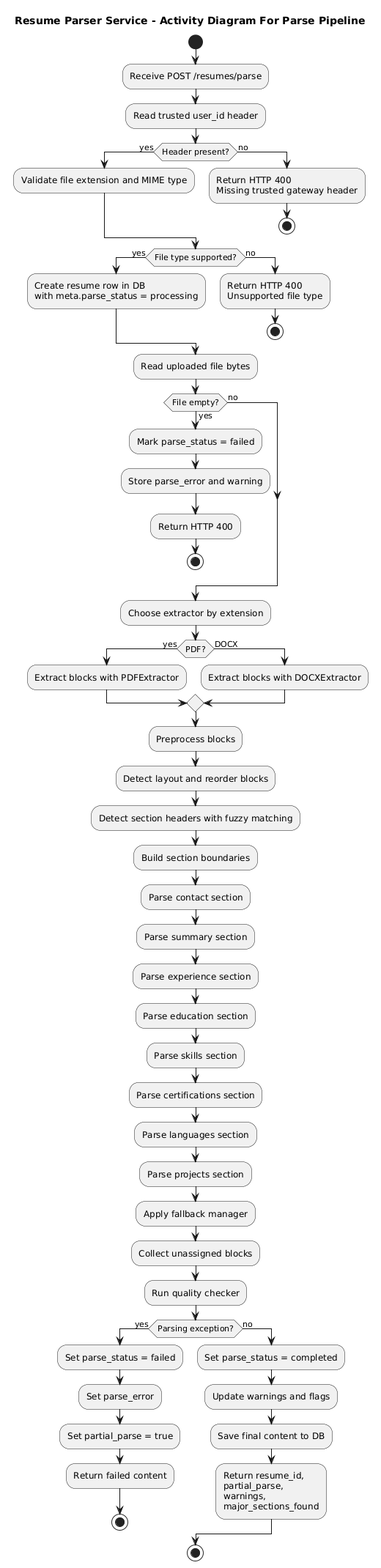
Before: docs/png/activity_parse_pipeline.png, a diagram exported from PlantUML (GetJobAI/parser). Its diagram source:
```plantuml
@startuml
title Resume Parser Service - Activity Diagram For Parse Pipeline

start

:Receive POST /resumes/parse;
:Read trusted user_id header;

if (Header present?) then (yes)
  :Validate file extension and MIME type;
else (no)
  :Return HTTP 400\nMissing trusted gateway header;
  stop
endif

if (File type supported?) then (yes)
  :Create resume row in DB\nwith meta.parse_status = processing;
else (no)
  :Return HTTP 400\nUnsupported file type;
  stop
endif

:Read uploaded file bytes;

if (File empty?) then (yes)
  :Mark parse_status = failed;
  :Store parse_error and warning;
  :Return HTTP 400;
  stop
else (no)
endif

:Choose extractor by extension;

if (PDF?) then (yes)
  :Extract blocks with PDFExtractor;
else (DOCX)
  :Extract blocks with DOCXExtractor;
endif

:Preprocess blocks;
:Detect layout and reorder blocks;
:Detect section headers with fuzzy matching;
:Build section boundaries;
:Parse contact section;
:Parse summary section;
:Parse experience section;
:Parse education section;
:Parse skills section;
:Parse certifications section;
:Parse languages section;
:Parse projects section;
:Apply fallback manager;
:Collect unassigned blocks;
:Run quality checker;

if (Parsing exception?) then (yes)
  :Set parse_status = failed;
  :Set parse_error;
  :Set partial_parse = true;
  :Return failed content;
  stop
else (no)
  :Set parse_status = completed;
  :Update warnings and flags;
  :Save final content to DB;
  :Return resume_id,\npartial_parse,\nwarnings,\nmajor_sections_found;
endif

stop
@enduml
```
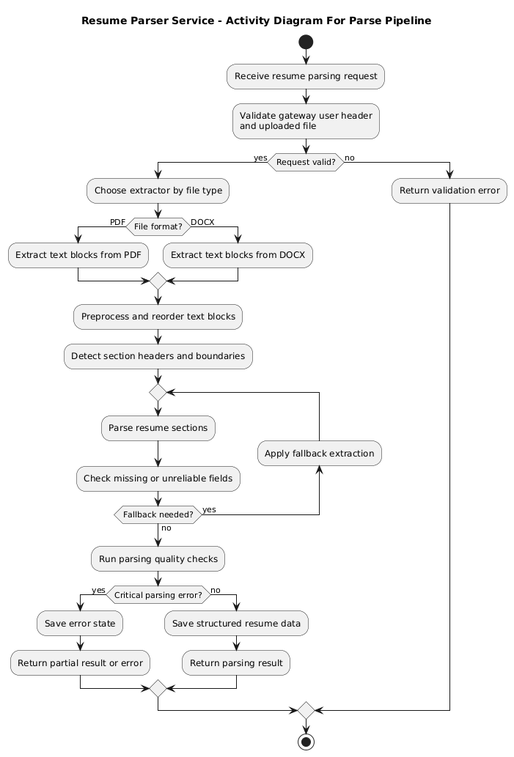
After the commit.

What changed in the source:
```diff
@@ -3,68 +3,37 @@
 
 start
 
-:Receive POST /resumes/parse;
-:Read trusted user_id header;
+:Receive resume parsing request;
+:Validate gateway user header\nand uploaded file;
 
-if (Header present?) then (yes)
-  :Validate file extension and MIME type;
+if (Request valid?) then (yes)
+  :Choose extractor by file type;
+
+  if (File format?) then (PDF)
+    :Extract text blocks from PDF;
+  else (DOCX)
+    :Extract text blocks from DOCX;
+  endif
+
+  :Preprocess and reorder text blocks;
+  :Detect section headers and boundaries;
+  repeat
+    :Parse resume sections;
+    :Check missing or unreliable fields;
+  backward :Apply fallback extraction;
+  repeat while (Fallback needed?) is (yes) not (no)
+
+  :Run parsing quality checks;
+
+  if (Critical parsing error?) then (yes)
+    :Save error state;
+    :Return partial result or error;
+  else (no)
+    :Save structured resume data;
+    :Return parsing result;
+  endif
 else (no)
-  :Return HTTP 400\nMissing trusted gateway header;
-  stop
-endif
-
-if (File type supported?) then (yes)
-  :Create resume row in DB\nwith meta.parse_status = processing;
-else (no)
-  :Return HTTP 400\nUnsupported file type;
-  stop
-endif
-
-:Read uploaded file bytes;
-
-if (File empty?) then (yes)
-  :Mark parse_status = failed;
-  :Store parse_error and warning;
-  :Return HTTP 400;
-  stop
-else (no)
-endif
-
-:Choose extractor by extension;
-
-if (PDF?) then (yes)
-  :Extract blocks with PDFExtractor;
-else (DOCX)
-  :Extract blocks with DOCXExtractor;
-endif
-
-:Preprocess blocks;
-:Detect layout and reorder blocks;
-:Detect section headers with fuzzy matching;
-:Build section boundaries;
-:Parse contact section;
-:Parse summary section;
-:Parse experience section;
-:Parse education section;
-:Parse skills section;
-:Parse certifications section;
-:Parse languages section;
-:Parse projects section;
-:Apply fallback manager;
-:Collect unassigned blocks;
-:Run quality checker;
-
-if (Parsing exception?) then (yes)
-  :Set parse_status = failed;
-  :Set parse_error;
-  :Set partial_parse = true;
-  :Return failed content;
-  stop
-else (no)
-  :Set parse_status = completed;
-  :Update warnings and flags;
-  :Save final content to DB;
-  :Return resume_id,\npartial_parse,\nwarnings,\nmajor_sections_found;
+  :Return validation error;
 endif
 
 stop
```
